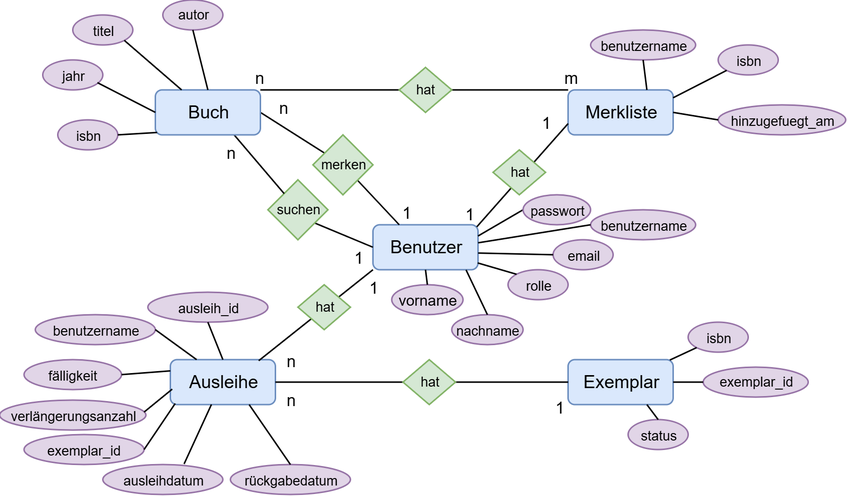
The draw.io diagram Diagramm/BibflowERM.png in Senaa05/Objektorientiertes-Programmieren, before a commit. Source tidied: cells renumbered, new cells last; positions are measured from the earlier drawing's top-left corner, leaving out a move shared by most shapes.
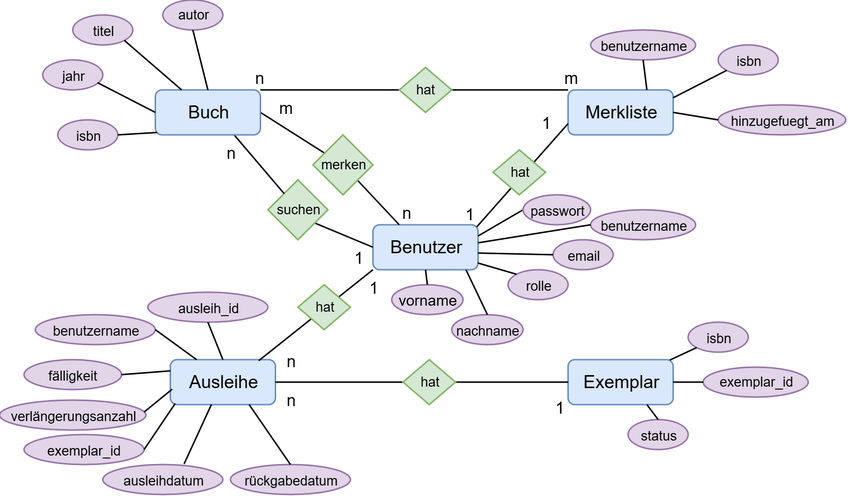
The same diagram one commit later.

Commit message:
ERM Diagramm Korrektur

Change to the diagram source:
```diff
@@ -21,10 +21,10 @@
         </Array>
       </mxGeometry>
     </mxCell>
-    <mxCell id="7" value="1" style="edgeLabel;html=1;align=left;verticalAlign=bottom;" parent="6" vertex="1">
+    <mxCell id="7" value="n" style="edgeLabel;html=1;align=left;verticalAlign=bottom;" parent="6" vertex="1">
       <mxGeometry x="-1" relative="1" as="geometry" />
     </mxCell>
-    <mxCell id="8" value="n" style="edgeLabel;html=1;align=left;verticalAlign=bottom;labelBackgroundColor=none;" parent="6" vertex="1">
+    <mxCell id="8" value="m" style="edgeLabel;html=1;align=left;verticalAlign=bottom;labelBackgroundColor=none;" parent="6" vertex="1">
       <mxGeometry x="1" relative="1" as="geometry">
         <mxPoint x="10" y="5" as="offset" />
       </mxGeometry>
```
